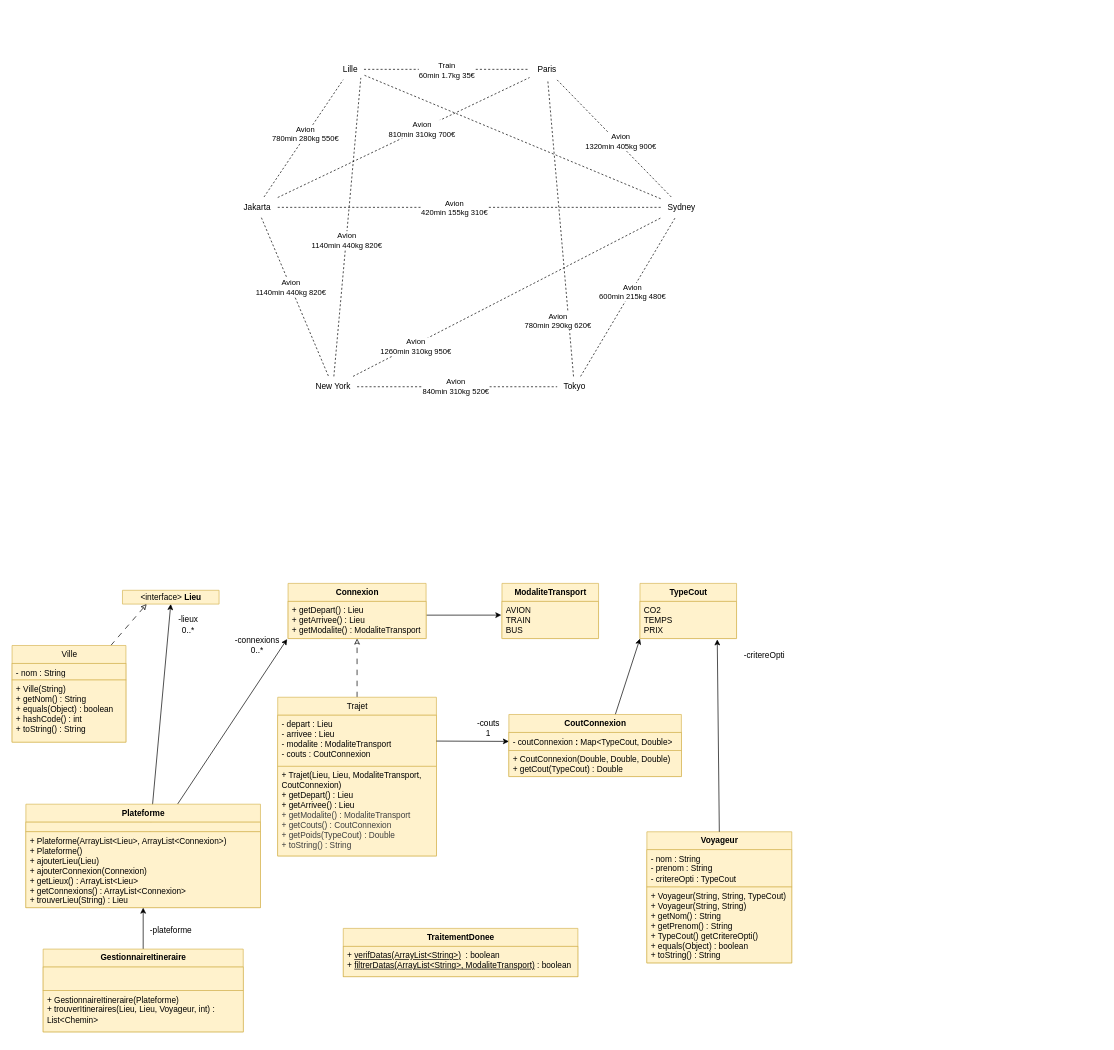
Before: rapport/uml.drawio in Nelioo7/GPS3000, a draw.io diagram. Source tidied: cells renumbered, new cells numbered last; positions are measured from the earlier drawing's top-left corner, leaving out a move shared by most shapes. Both pictures are drawn from the tidied source at 69%, with x=0, y=0 at pixel (12, 59).
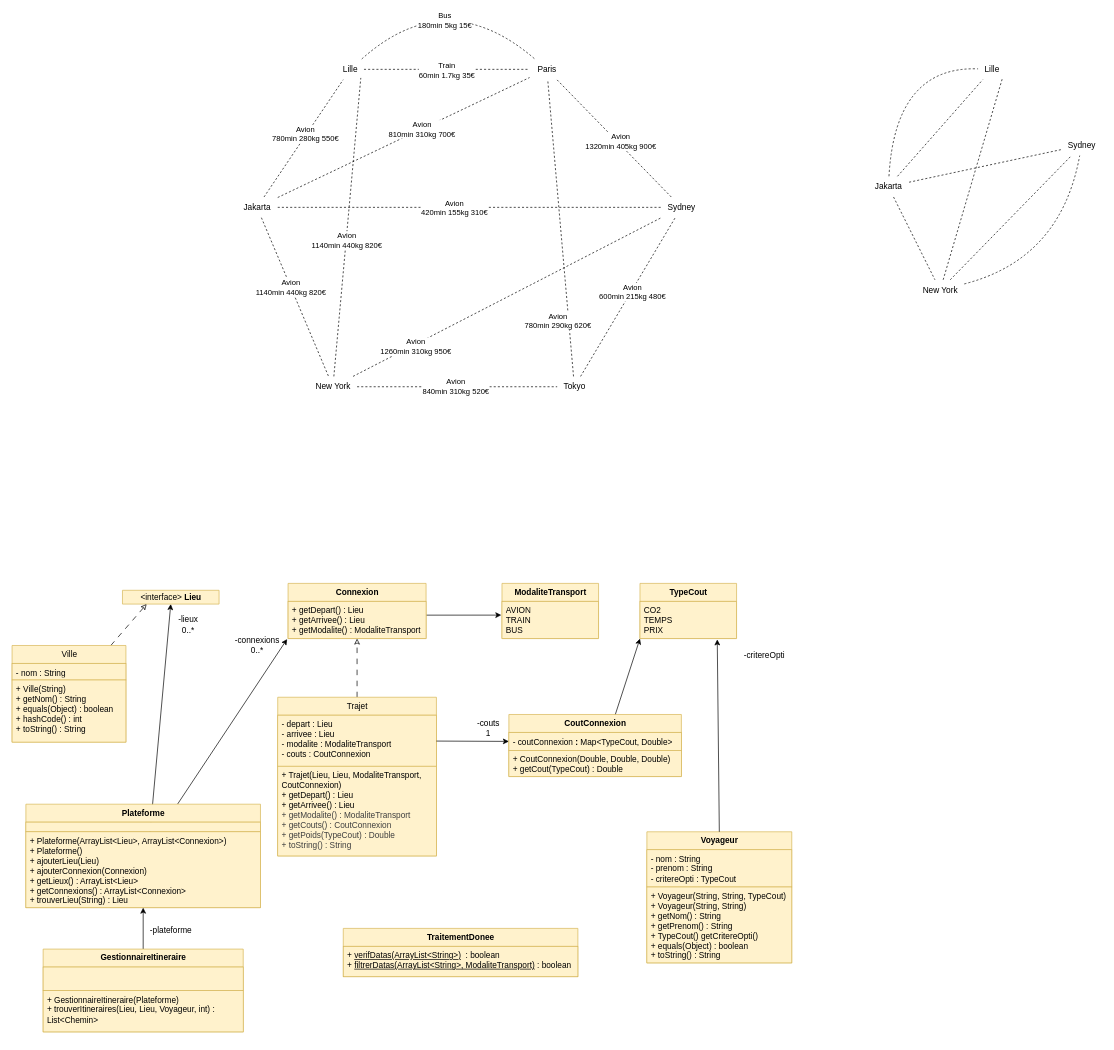
The same page after the edit.

Unchanged cells that the change refers to:
```xml
<mxCell id="45" value="Lille" style="text;html=1;align=center;verticalAlign=middle;points=[];strokeColor=none;fillColor=none;" parent="1" vertex="1">
  <mxGeometry x="470" width="40" height="30" as="geometry" />
</mxCell>
<mxCell id="46" value="Paris" style="text;html=1;align=center;verticalAlign=middle;points=[];strokeColor=none;fillColor=none;" parent="1" vertex="1">
  <mxGeometry x="750" width="50" height="30" as="geometry" />
</mxCell>
<mxCell id="48" value="Sydney" style="text;html=1;align=center;verticalAlign=middle;points=[];strokeColor=none;fillColor=none;" parent="1" vertex="1">
  <mxGeometry x="940" y="200" width="60" height="30" as="geometry" />
</mxCell>
```

Change to the diagram source:
```diff
@@
-    <mxCell id="67" style="endArrow=none;dashed=1;html=1;" parent="1" edge="1" source="48" target="45">
-      <mxGeometry relative="1" as="geometry" />
-    </mxCell>
@@
+    <mxCell id="74" style="endArrow=none;dashed=1;html=1;rounded=0;curved=1;" parent="1" edge="1" source="45" target="46">
+      <mxGeometry relative="1" as="geometry">
+        <Array as="points">
+          <mxPoint x="630" y="-110" />
+        </Array>
+      </mxGeometry>
+    </mxCell>
+    <mxCell id="75" value="Bus&lt;div&gt;180min 5kg 15€&lt;/div&gt;" style="edgeLabel;html=1;align=center;verticalAlign=middle;" parent="74" vertex="1">
+      <mxGeometry x="-0.24" y="-38" relative="1" as="geometry" />
+    </mxCell>
+    <mxCell id="76" value="Lille" style="text;html=1;align=center;verticalAlign=middle;points=[];strokeColor=none;fillColor=none;" parent="1" vertex="1">
+      <mxGeometry x="1400" width="40" height="30" as="geometry" />
+    </mxCell>
+    <mxCell id="77" value="Jakarta" style="text;html=1;align=center;verticalAlign=middle;points=[];strokeColor=none;fillColor=none;" parent="1" vertex="1">
+      <mxGeometry x="1240" y="170" width="60" height="30" as="geometry" />
+    </mxCell>
+    <mxCell id="78" value="Sydney" style="text;html=1;align=center;verticalAlign=middle;points=[];strokeColor=none;fillColor=none;" parent="1" vertex="1">
+      <mxGeometry x="1520" y="110" width="60" height="30" as="geometry" />
+    </mxCell>
+    <mxCell id="79" value="New York" style="text;html=1;align=center;verticalAlign=middle;points=[];strokeColor=none;fillColor=none;" parent="1" vertex="1">
+      <mxGeometry x="1310" y="320" width="70" height="30" as="geometry" />
+    </mxCell>
+    <mxCell id="80" style="endArrow=none;dashed=1;html=1;strokeColor=light-dark(#000000,#9999FF);" parent="1" edge="1" source="77" target="76">
+      <mxGeometry relative="1" as="geometry" />
+    </mxCell>
+    <mxCell id="81" style="endArrow=none;dashed=1;html=1;strokeColor=light-dark(#000000,#CCFFCC);" parent="1" edge="1" source="77" target="79">
+      <mxGeometry relative="1" as="geometry" />
+    </mxCell>
+    <mxCell id="82" style="endArrow=none;dashed=1;html=1;strokeColor=light-dark(#000000,#9999FF);" parent="1" edge="1" source="77" target="78">
+      <mxGeometry relative="1" as="geometry" />
+    </mxCell>
+    <mxCell id="83" style="endArrow=none;dashed=1;html=1;strokeColor=light-dark(#000000,#FF99CC);" parent="1" edge="1" source="79" target="78">
+      <mxGeometry relative="1" as="geometry" />
+    </mxCell>
+    <mxCell id="84" style="endArrow=none;dashed=1;html=1;entryX=0.885;entryY=0.914;entryDx=0;entryDy=0;entryPerimeter=0;strokeColor=light-dark(#000000,#FF99CC);" parent="1" edge="1" source="79" target="76">
+      <mxGeometry relative="1" as="geometry" />
+    </mxCell>
+    <mxCell id="85" style="endArrow=none;dashed=1;html=1;rounded=0;curved=1;strokeColor=light-dark(#000000,#CCFFCC);" parent="1" edge="1" source="77" target="76">
+      <mxGeometry relative="1" as="geometry">
+        <Array as="points">
+          <mxPoint x="1280" y="10" />
+        </Array>
+      </mxGeometry>
+    </mxCell>
+    <mxCell id="86" style="endArrow=none;dashed=1;html=1;rounded=0;curved=1;strokeColor=light-dark(#000000,#CCFFCC);" parent="1" edge="1" source="79" target="78">
+      <mxGeometry relative="1" as="geometry">
+        <Array as="points">
+          <mxPoint x="1520" y="290" />
+        </Array>
+      </mxGeometry>
+    </mxCell>
```
